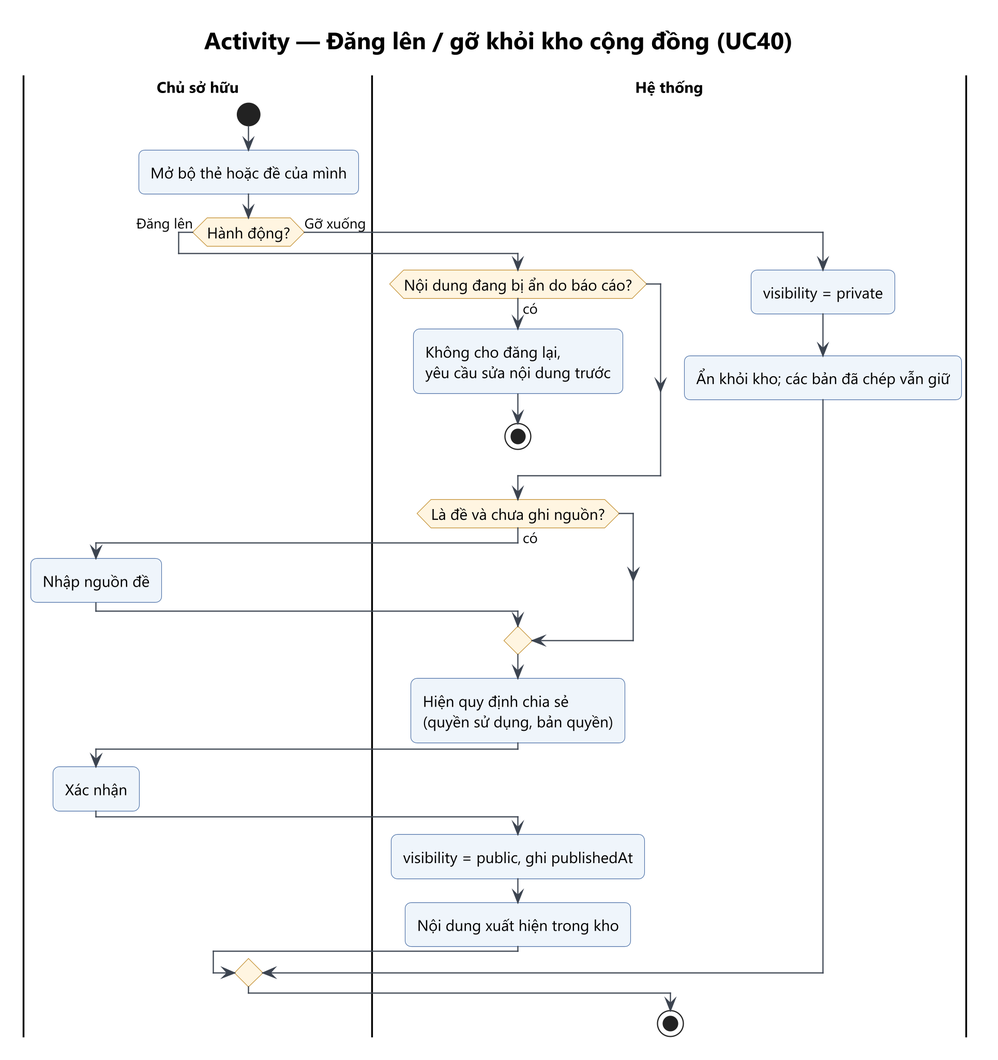
Earlier version of the PlantUML export Analysis_Design/03_Activity/act-07-dang-len-kho.png (Ac-2836/WebDev-FinalProject-LinMaster). Its diagram source:
```plantuml
@startuml act-07-dang-len-kho
!include ../_style.iuml
title Activity — Đăng lên / gỡ khỏi kho cộng đồng (UC40)
|Chủ sở hữu|
start
:Mở bộ thẻ hoặc đề của mình;
if (Hành động?) then (Đăng lên)
  |Hệ thống|
  if (Nội dung đang bị ẩn do báo cáo?) then (có)
    :Không cho đăng lại,
    yêu cầu sửa nội dung trước;
    stop
  endif
  if (Là đề và chưa ghi nguồn?) then (có)
    |Chủ sở hữu|
    :Nhập nguồn đề;
  endif
  |Hệ thống|
  :Hiện quy định chia sẻ
  (quyền sử dụng, bản quyền);
  |Chủ sở hữu|
  :Xác nhận;
  |Hệ thống|
  :visibility = public, ghi publishedAt;
  :Nội dung xuất hiện trong kho;
else (Gỡ xuống)
  |Hệ thống|
  :visibility = private;
  :Ẩn khỏi kho; các bản đã chép vẫn giữ;
endif
stop
@enduml
```
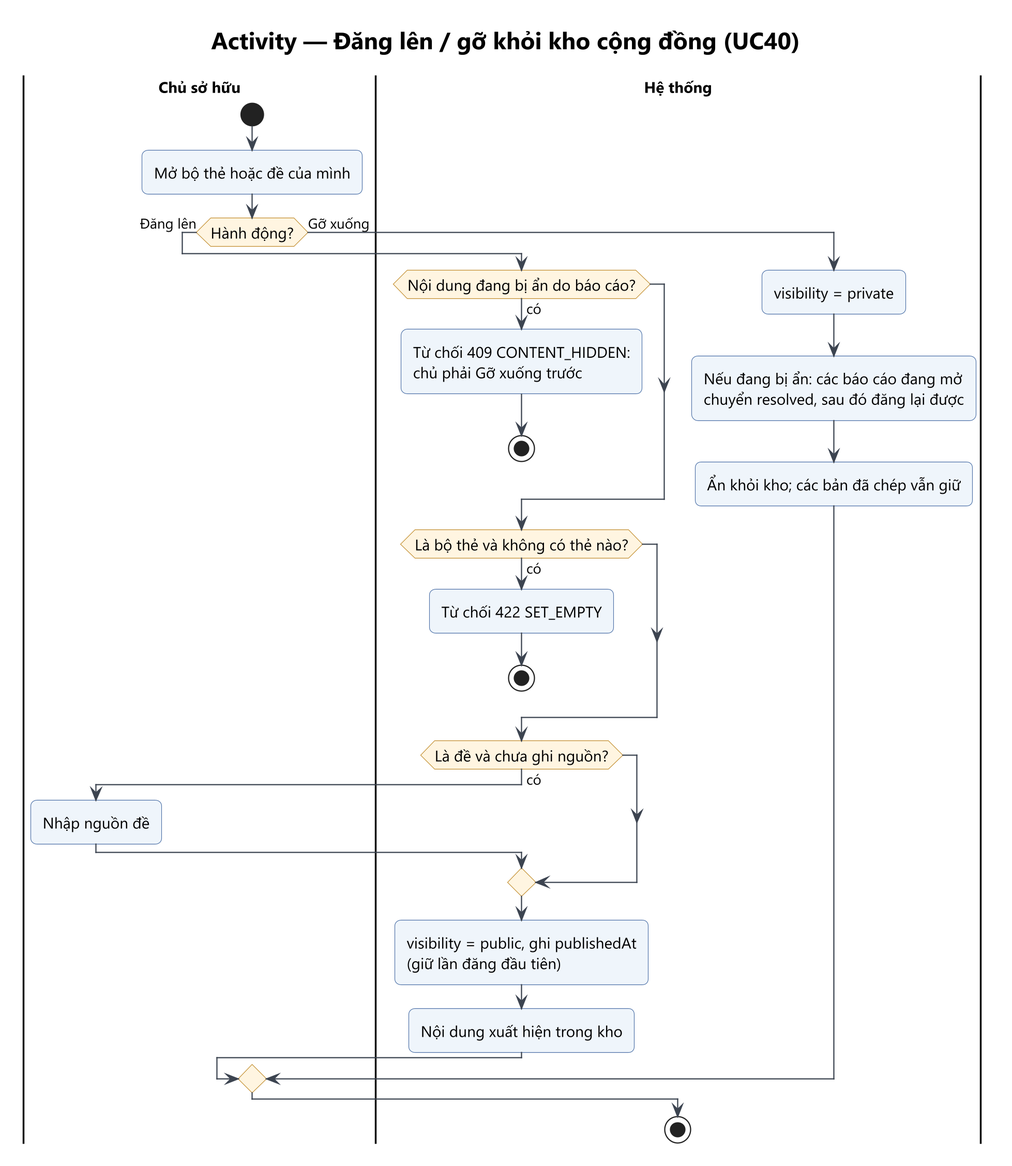
The same diagram one commit later.

What changed in the source:
```diff
@@ -7,8 +7,12 @@
 if (Hành động?) then (Đăng lên)
   |Hệ thống|
   if (Nội dung đang bị ẩn do báo cáo?) then (có)
-    :Không cho đăng lại,
-    yêu cầu sửa nội dung trước;
+    :Từ chối 409 CONTENT_HIDDEN:
+    chủ phải Gỡ xuống trước;
+    stop
+  endif
+  if (Là bộ thẻ và không có thẻ nào?) then (có)
+    :Từ chối 422 SET_EMPTY;
     stop
   endif
   if (Là đề và chưa ghi nguồn?) then (có)
@@ -16,16 +20,14 @@
     :Nhập nguồn đề;
   endif
   |Hệ thống|
-  :Hiện quy định chia sẻ
-  (quyền sử dụng, bản quyền);
-  |Chủ sở hữu|
-  :Xác nhận;
-  |Hệ thống|
-  :visibility = public, ghi publishedAt;
+  :visibility = public, ghi publishedAt
+  (giữ lần đăng đầu tiên);
   :Nội dung xuất hiện trong kho;
 else (Gỡ xuống)
   |Hệ thống|
   :visibility = private;
+  :Nếu đang bị ẩn: các báo cáo đang mở
+  chuyển resolved, sau đó đăng lại được;
   :Ẩn khỏi kho; các bản đã chép vẫn giữ;
 endif
 stop
```
